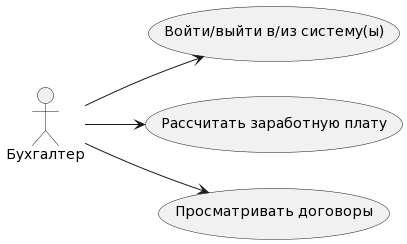
Before: Resource/Диаграммы вариантов использования/Бухгалтер (Основные возможности).png, a diagram exported from PlantUML (MiFit1/OSOGO).
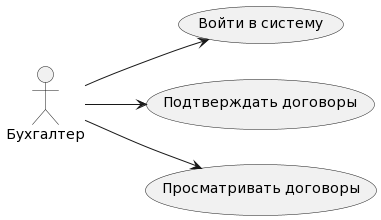
The same file after the commit.

What changed in the source:
```diff
@@ -3,8 +3,8 @@
 
 actor "Бухгалтер" as fc
 
-usecase "Войти/выйти в/из систему(ы)" as UC1
-usecase "Рассчитать заработную плату" as UC2
+usecase "Войти в систему" as UC1
+usecase "Подтверждать договоры" as UC2
 usecase "Просматривать договоры" as UC3
 
 fc --> UC1
```
